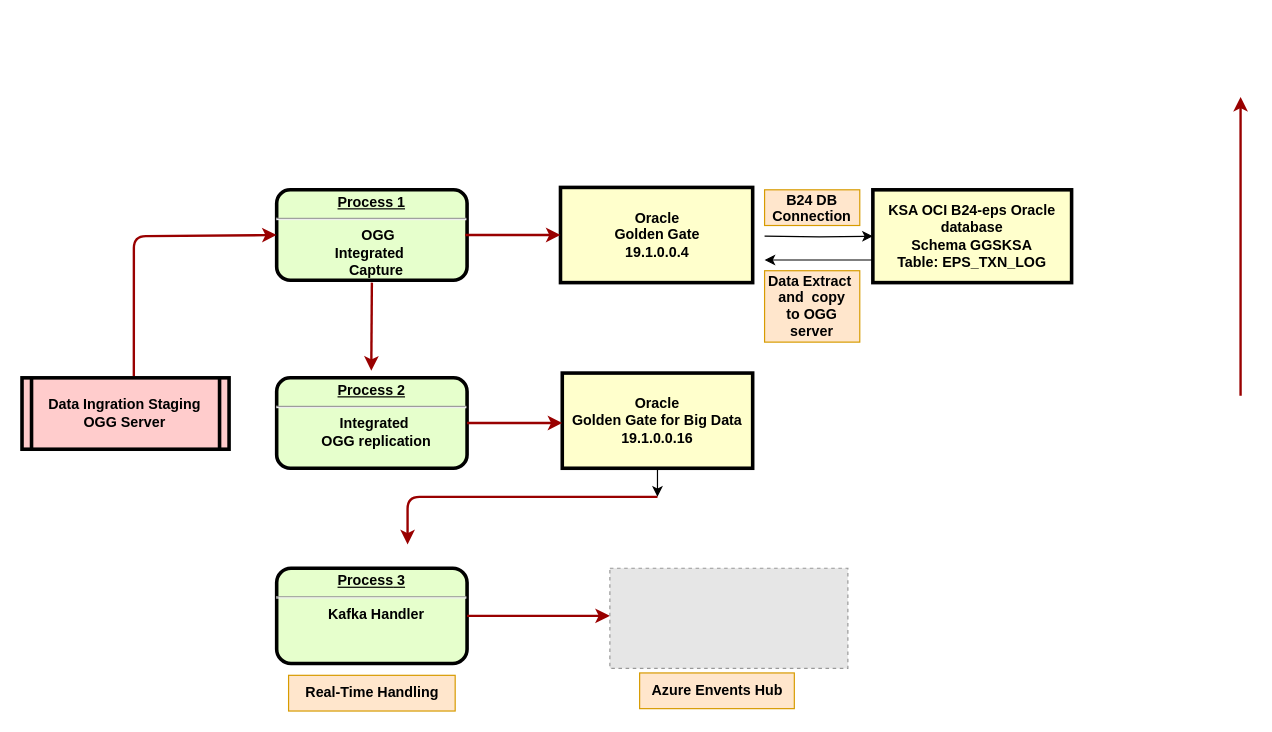
ahmedatteia/Database_Systems keeps this draw.io diagram as Untitled Diagram.drawio. Above is the earlier version. Source tidied: cells renumbered, new cells numbered last; positions are measured from the earlier drawing's top-left corner, leaving out a move shared by most shapes. Both pictures are drawn from the tidied source at 119%, with x=0, y=0 at pixel (21, 96). Pictures stored in the file or linked from it are replaced by grey dashed boxes.
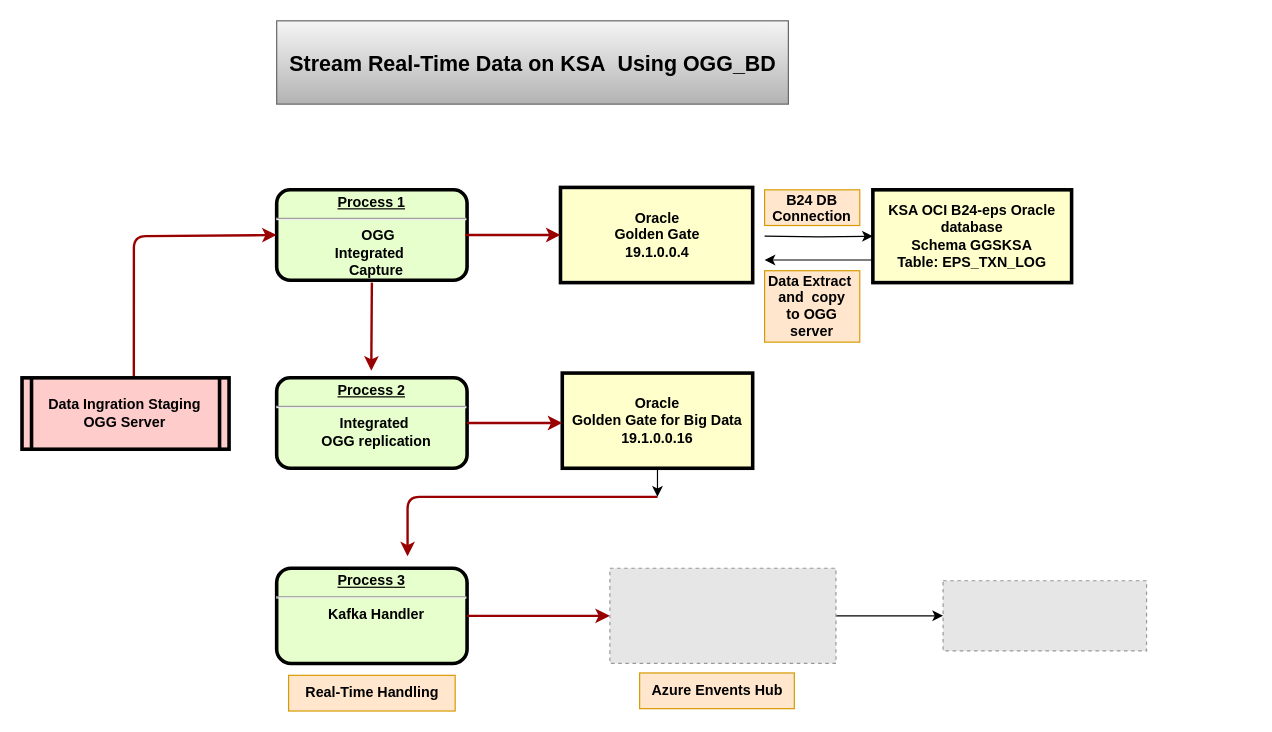
After the change.

The edit, as a diff of the source:
```diff
@@
-    <mxCell id="9" style="edgeStyle=elbowEdgeStyle;elbow=horizontal;strokeColor=#990000;strokeWidth=2;" parent="1" edge="1">
-      <mxGeometry relative="1" as="geometry">
-        <mxPoint x="1024" y="251" as="sourcePoint" />
-        <mxPoint x="1024" as="targetPoint" />
-      </mxGeometry>
-    </mxCell>
@@
     <mxCell id="14" style="edgeStyle=elbowEdgeStyle;elbow=horizontal;strokeColor=#990000;strokeWidth=2;" parent="1" edge="1">
       <mxGeometry relative="1" as="geometry">
         <mxPoint x="534" y="336" as="sourcePoint" />
-        <mxPoint x="324" y="376" as="targetPoint" />
+        <mxPoint x="324" y="386" as="targetPoint" />
         <Array as="points">
           <mxPoint x="324" y="356" />
         </Array>
       </mxGeometry>
     </mxCell>
@@
+    <mxCell id="24" style="edgeStyle=orthogonalEdgeStyle;rounded=0;jettySize=auto;html=1;" parent="1" edge="1" source="16">
+      <mxGeometry relative="1" as="geometry">
+        <mxPoint x="774" y="436" as="targetPoint" />
+      </mxGeometry>
+    </mxCell>
     <mxCell id="16" style="fillColor=#E6E6E6;strokeColor=#999999;dashed=1;verticalLabelPosition=bottom;labelBackgroundColor=default;verticalAlign=top;" parent="1" vertex="1">
-      <mxGeometry x="494" y="396" width="200" height="84.2" as="geometry" />
+      <mxGeometry x="494" y="396" width="190" height="80" as="geometry" />
     </mxCell>
@@
+    <mxCell id="25" value="&lt;h1 style=&quot;text-align: left;&quot;&gt;&lt;font style=&quot;font-size: 18px;&quot;&gt;Stream Real-Time Data on KSA&amp;nbsp; Using OGG_BD&lt;/font&gt;&lt;/h1&gt;" style="text;html=1;align=center;verticalAlign=middle;fillColor=#f5f5f5;gradientColor=#b3b3b3;strokeColor=#666666;" parent="1" vertex="1">
+      <mxGeometry x="214" y="-64" width="430" height="70" as="geometry" />
+    </mxCell>
+    <mxCell id="26" style="fillColor=#E6E6E6;strokeColor=#999999;dashed=1;verticalLabelPosition=bottom;labelBackgroundColor=default;verticalAlign=top;fontColor=default;html=1;" parent="1" vertex="1">
+      <mxGeometry x="774" y="406.5" width="171" height="59" as="geometry" />
+    </mxCell>
```
